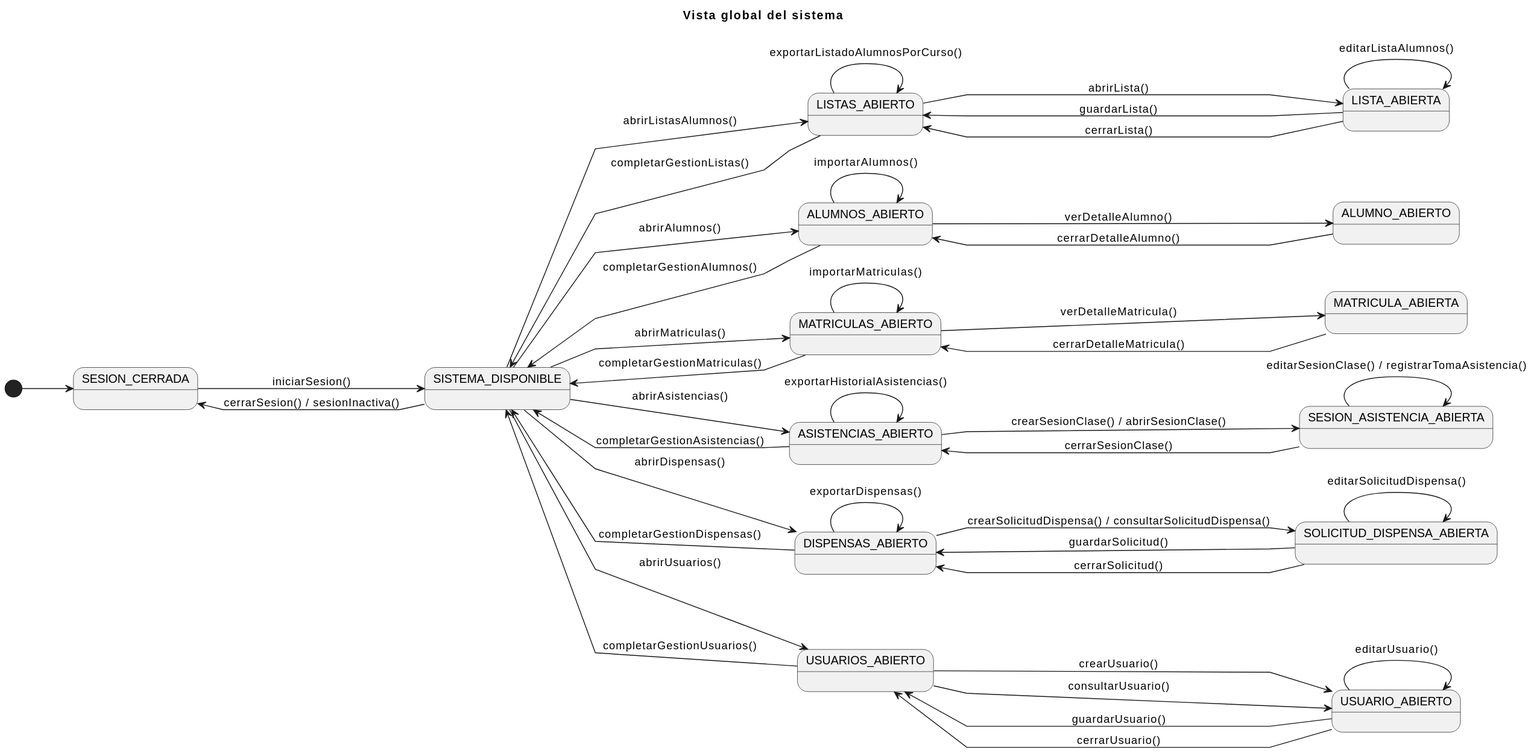
The PlantUML diagram documents/CasosDeUso/DiagramaDeContexto/DiagramaDeContexto.svg in enmabry/25-26-IdSw1-SdR, before a commit.
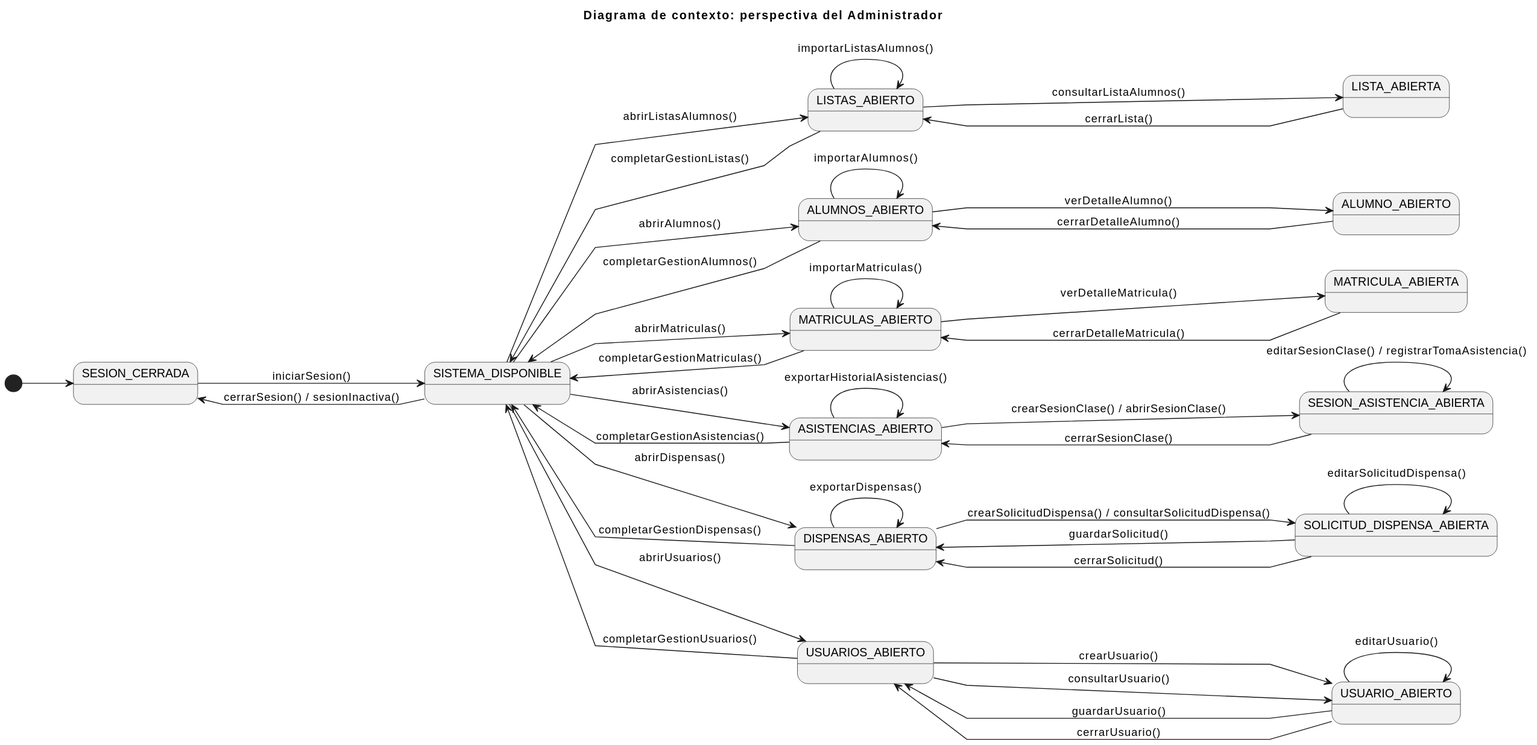
After the change.

Change to the diagram source:
```diff
@@ -1,5 +1,5 @@
 @startuml
-title Vista global del sistema
+title Diagrama de contexto: perspectiva del Administrador
 left to right direction
 skinparam linetype polyline
 
@@ -11,11 +11,9 @@
 SISTEMA_DISPONIBLE --> LISTAS_ABIERTO : abrirListasAlumnos()
 LISTAS_ABIERTO --> SISTEMA_DISPONIBLE : completarGestionListas()
 
-LISTAS_ABIERTO --> LISTA_ABIERTA : abrirLista()
-LISTAS_ABIERTO --> LISTAS_ABIERTO : exportarListadoAlumnosPorCurso()
+LISTAS_ABIERTO --> LISTAS_ABIERTO : importarListasAlumnos()
 
-LISTA_ABIERTA --> LISTA_ABIERTA  : editarListaAlumnos()
-LISTA_ABIERTA --> LISTAS_ABIERTO : guardarLista()
+LISTAS_ABIERTO --> LISTA_ABIERTA : consultarListaAlumnos()
 LISTA_ABIERTA --> LISTAS_ABIERTO : cerrarLista()
 
 SISTEMA_DISPONIBLE --> ALUMNOS_ABIERTO : abrirAlumnos()
```
